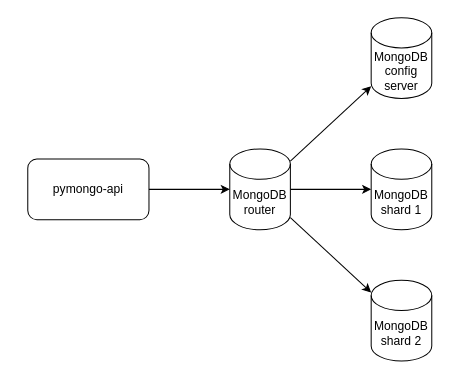
Above: page "Stage 1" (2 of 3) of task1.drawio in vgarmash/swa-21_architecture-pro-black_friday-sprint4 (draw.io), before the change. Source tidied: cells renumbered, new cells numbered last; positions are measured from the earlier drawing's top-left corner, leaving out a move shared by most shapes. Both pictures are drawn from the tidied source at 101%, with x=0, y=0 at pixel (27, 17).
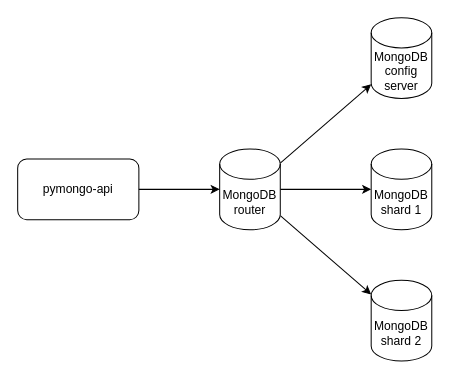
The same diagram, later.

Commit message:
task 1 stage 2

Change to the diagram source:
```diff
@@
 <mxGraphModel>
   <root>
     <mxCell id="0" />
     <mxCell id="1" parent="0" />
     <mxCell id="2" style="edgeStyle=none;html=1;" parent="1" edge="1" source="5" target="8">
       <mxGeometry relative="1" as="geometry" />
     </mxCell>
     <mxCell id="3" style="edgeStyle=none;html=1;" parent="1" edge="1" source="5" target="9">
       <mxGeometry relative="1" as="geometry" />
     </mxCell>
     <mxCell id="4" style="edgeStyle=none;html=1;" parent="1" edge="1" source="5" target="10">
       <mxGeometry relative="1" as="geometry" />
     </mxCell>
     <mxCell id="5" value="MongoDB router" style="shape=cylinder3;whiteSpace=wrap;html=1;boundedLbl=1;backgroundOutline=1;size=15;" parent="1" vertex="1">
-      <mxGeometry x="200" y="130" width="60" height="80" as="geometry" />
+      <mxGeometry x="190" y="130" width="60" height="80" as="geometry" />
     </mxCell>
     <mxCell id="6" value="pymongo-api" style="rounded=1;whiteSpace=wrap;html=1;" parent="1" vertex="1">
-      <mxGeometry y="140" width="120" height="60" as="geometry" />
+      <mxGeometry x="-10" y="140" width="120" height="60" as="geometry" />
     </mxCell>
     <mxCell id="7" style="edgeStyle=orthogonalEdgeStyle;rounded=0;jettySize=auto;html=1;exitX=1;exitY=0.5;exitDx=0;exitDy=0;entryX=0;entryY=0.5;entryDx=0;entryDy=0;entryPerimeter=0;" parent="1" edge="1" source="6" target="5">
       <mxGeometry relative="1" as="geometry" />
     </mxCell>
     <mxCell id="8" value="MongoDB config server" style="shape=cylinder3;whiteSpace=wrap;html=1;boundedLbl=1;backgroundOutline=1;size=15;" parent="1" vertex="1">
       <mxGeometry x="340" width="60" height="80" as="geometry" />
     </mxCell>
     <mxCell id="9" value="MongoDB shard 1" style="shape=cylinder3;whiteSpace=wrap;html=1;boundedLbl=1;backgroundOutline=1;size=15;" parent="1" vertex="1">
       <mxGeometry x="340" y="130" width="60" height="80" as="geometry" />
     </mxCell>
-    <mxCell id="10" value="MongoDB&lt;div&gt;shard 2&lt;/div&gt;" style="shape=cylinder3;whiteSpace=wrap;html=1;boundedLbl=1;backgroundOutline=1;size=15;" parent="1" vertex="1">
+    <mxCell id="10" value="MongoDB shard 2" style="shape=cylinder3;whiteSpace=wrap;html=1;boundedLbl=1;backgroundOutline=1;size=15;" parent="1" vertex="1">
       <mxGeometry x="340" y="260" width="60" height="80" as="geometry" />
     </mxCell>
   </root>
 </mxGraphModel>
```
